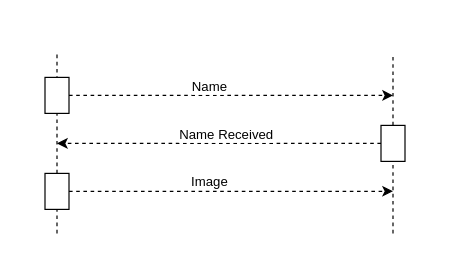
Before: figures/communication.drawio in Mast3rwaf1z/p4, a draw.io diagram. Source tidied: cells renumbered, new cells numbered last; positions are measured from the earlier drawing's top-left corner, leaving out a move shared by most shapes. Both pictures are drawn from the tidied source at 120%, with x=0, y=0 at pixel (44, 53).
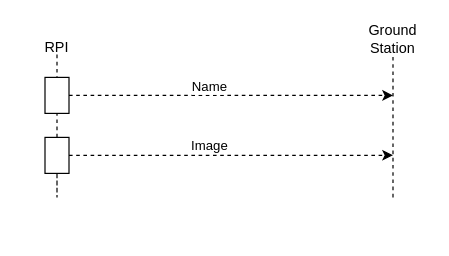
The same page after the edit.

Diff of the diagram source:
```diff
@@
-    <mxCell id="3" style="endArrow=none;dashed=1;html=1;rounded=0;startArrow=none;" parent="1" edge="1" source="7">
+    <mxCell id="3" style="endArrow=none;dashed=1;html=1;rounded=0;startArrow=none;" parent="1" edge="1">
       <mxGeometry relative="1" as="geometry">
+        <mxPoint x="290" y="60" as="sourcePoint" />
         <mxPoint x="290" as="targetPoint" />
       </mxGeometry>
     </mxCell>
@@
-    <mxCell id="7" style="rounded=0;whiteSpace=wrap;html=1;" parent="1" vertex="1">
-      <mxGeometry x="280" y="60" width="20" height="30" as="geometry" />
-    </mxCell>
-    <mxCell id="8" style="endArrow=none;dashed=1;html=1;rounded=0;" parent="1" edge="1" target="7">
+    <mxCell id="8" style="endArrow=none;dashed=1;html=1;rounded=0;" parent="1" edge="1">
       <mxGeometry relative="1" as="geometry">
-        <mxPoint x="290" y="150" as="sourcePoint" />
+        <mxPoint x="290" y="120" as="sourcePoint" />
+        <mxPoint x="290" y="60" as="targetPoint" />
       </mxGeometry>
     </mxCell>
-    <mxCell id="9" style="endArrow=classic;html=1;rounded=0;dashed=1;exitX=0;exitY=0.5;exitDx=0;exitDy=0;" parent="1" edge="1" source="7">
-      <mxGeometry relative="1" as="geometry">
-        <mxPoint x="10" y="75" as="targetPoint" />
-      </mxGeometry>
-    </mxCell>
-    <mxCell id="10" value="Name Received" style="edgeLabel;html=1;align=center;verticalAlign=middle;" parent="9" vertex="1">
-      <mxGeometry x="-0.14" y="1" relative="1" as="geometry">
-        <mxPoint x="-14" y="-9" as="offset" />
-      </mxGeometry>
-    </mxCell>
     <mxCell id="11" style="rounded=0;whiteSpace=wrap;html=1;" parent="1" vertex="1">
-      <mxGeometry y="100" width="20" height="30" as="geometry" />
+      <mxGeometry y="70" width="20" height="30" as="geometry" />
     </mxCell>
     <mxCell id="12" style="endArrow=none;dashed=1;html=1;rounded=0;" parent="1" edge="1" target="11">
       <mxGeometry relative="1" as="geometry">
-        <mxPoint x="10" y="150" as="sourcePoint" />
+        <mxPoint x="10" y="100" as="sourcePoint" />
+        <Array as="points">
+          <mxPoint x="10" y="120" />
+        </Array>
       </mxGeometry>
     </mxCell>
     <mxCell id="13" style="endArrow=classic;html=1;rounded=0;exitX=1;exitY=0.5;exitDx=0;exitDy=0;dashed=1;" parent="1" edge="1">
       <mxGeometry relative="1" as="geometry">
-        <mxPoint x="20" y="114.9" as="sourcePoint" />
-        <mxPoint x="290" y="114.9" as="targetPoint" />
+        <mxPoint x="20" y="84.9" as="sourcePoint" />
+        <mxPoint x="290" y="84.9" as="targetPoint" />
       </mxGeometry>
     </mxCell>
@@
+    <mxCell id="15" value="RPI" style="text;html=1;strokeColor=none;fillColor=none;align=center;verticalAlign=middle;whiteSpace=wrap;rounded=0;" parent="1" vertex="1">
+      <mxGeometry x="-20" y="-20" width="60" height="30" as="geometry" />
+    </mxCell>
+    <mxCell id="16" value="Ground Station" style="text;html=1;strokeColor=none;fillColor=none;align=center;verticalAlign=middle;whiteSpace=wrap;rounded=0;" parent="1" vertex="1">
+      <mxGeometry x="260" y="-27" width="60" height="30" as="geometry" />
+    </mxCell>
```
